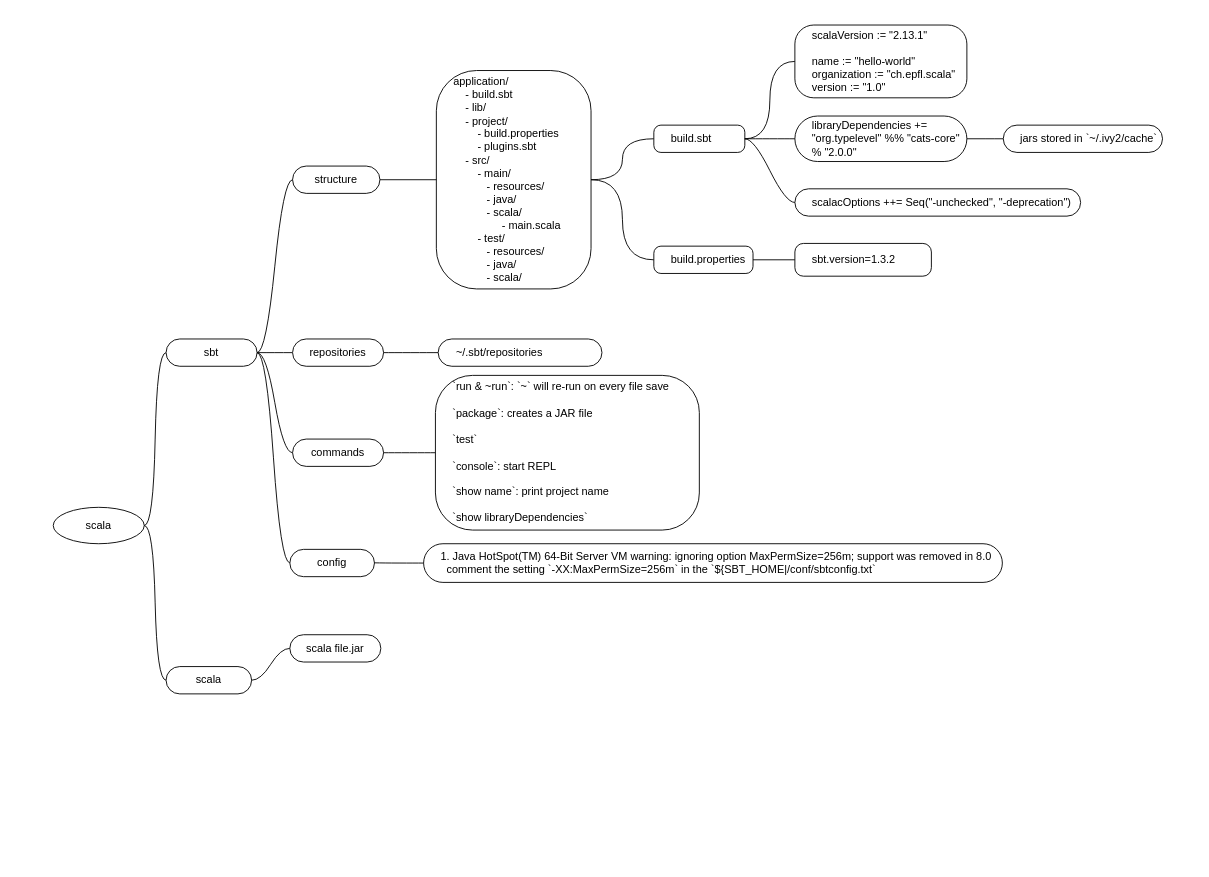
Above: page "scala" (1 of 3) of scala/scala.drawio in yangdj/tf_docs (draw.io), before the change. Source tidied: cells renumbered, new cells numbered last; positions are measured from the earlier drawing's top-left corner, leaving out a move shared by most shapes. Both pictures are drawn from the tidied source at 91%, with x=0, y=0 at pixel (15, 15).
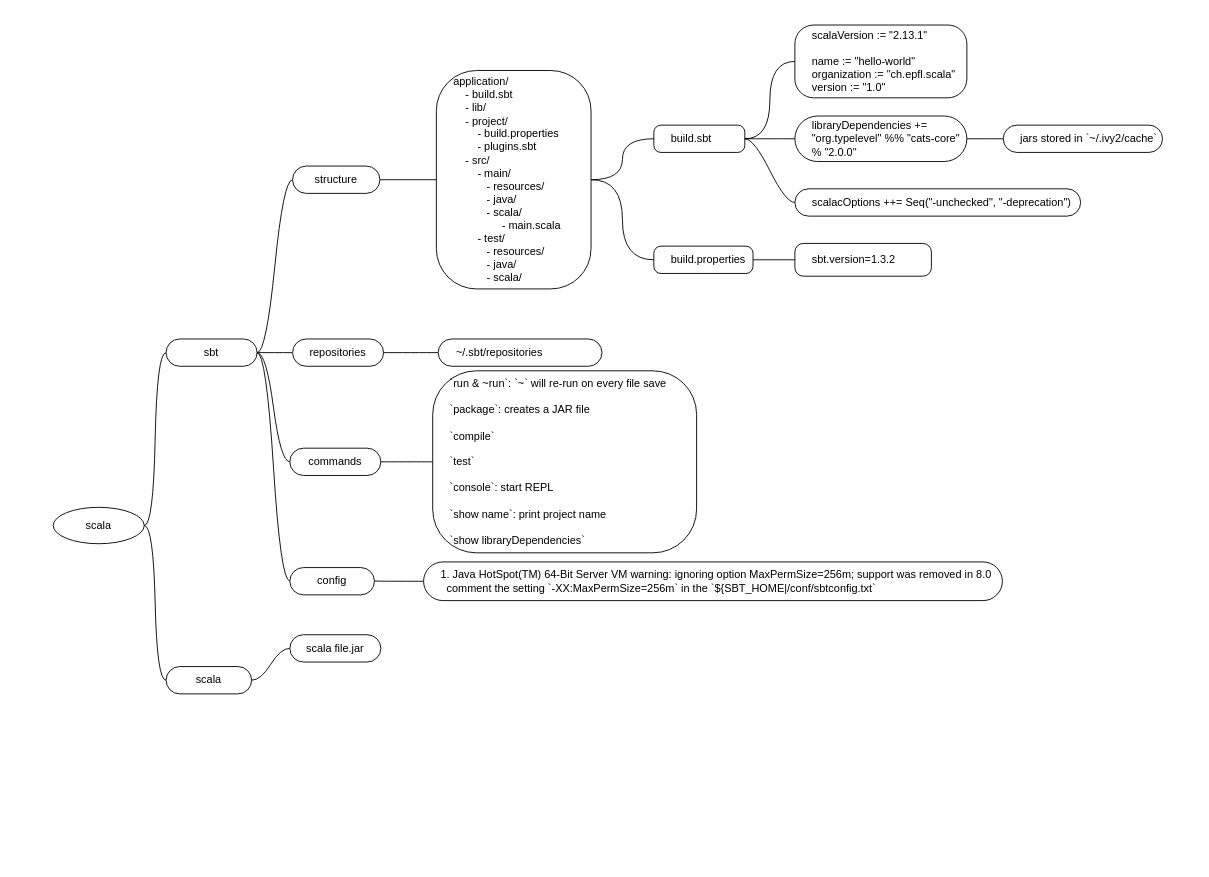
The same diagram, later.

Unchanged cells that the change refers to:
```xml
<mxCell id="2" style="swimlane;html=1;startSize=20;horizontal=1;containerType=tree;fillColor=none;strokeColor=none;spacingLeft=15;fixDash=0;backgroundOutline=0;rounded=1;align=left;verticalAlign=middle;" parent="1" vertex="1">
  <mxGeometry width="1295" height="930" as="geometry" />
</mxCell>
```

The edit, as a diff of the source:
```diff
@@
     <mxCell id="19" value="commands" style="whiteSpace=wrap;html=1;rounded=1;arcSize=50;align=center;verticalAlign=middle;strokeWidth=1;spacing=4;snapToPoint=1;fixDash=0;backgroundOutline=0;" parent="2" vertex="1">
-      <mxGeometry x="304" y="465" width="100" height="30" as="geometry" />
+      <mxGeometry x="301" y="475" width="100" height="30" as="geometry" />
     </mxCell>
@@
-    <mxCell id="21" value="`run &amp;amp; ~run`: `~` will re-run on every file save&lt;br&gt;&lt;br&gt;`package`: creates a JAR file&lt;br&gt;&lt;br&gt;`test`&lt;br&gt;&lt;br&gt;`console`: start REPL&lt;br&gt;&lt;br&gt;`show name`: print project name&lt;br&gt;&lt;br&gt;`show libraryDependencies`" style="whiteSpace=wrap;html=1;rounded=1;arcSize=24;align=left;verticalAlign=middle;strokeWidth=1;spacing=4;snapToPoint=1;fixDash=0;backgroundOutline=0;spacingLeft=15;" parent="2" vertex="1">
-      <mxGeometry x="461" y="395" width="290" height="170" as="geometry" />
+    <mxCell id="21" value="`run &amp;amp; ~run`: `~` will re-run on every file save&lt;br&gt;&lt;br&gt;`package`: creates a JAR file&lt;br&gt;&lt;br&gt;`compile`&lt;br&gt;&lt;br&gt;`test`&lt;br&gt;&lt;br&gt;`console`: start REPL&lt;br&gt;&lt;br&gt;`show name`: print project name&lt;br&gt;&lt;br&gt;`show libraryDependencies`" style="whiteSpace=wrap;html=1;rounded=1;arcSize=24;align=left;verticalAlign=middle;strokeWidth=1;spacing=4;snapToPoint=1;fixDash=0;backgroundOutline=0;spacingLeft=15;" parent="2" vertex="1">
+      <mxGeometry x="458" y="390" width="290" height="200" as="geometry" />
     </mxCell>
@@
     <mxCell id="23" value="config" style="whiteSpace=wrap;html=1;rounded=1;arcSize=50;align=center;verticalAlign=middle;strokeWidth=1;spacing=4;snapToPoint=1;fixDash=0;backgroundOutline=0;" parent="2" vertex="1">
-      <mxGeometry x="301" y="586.2" width="93" height="30" as="geometry" />
+      <mxGeometry x="301" y="606.2" width="93" height="30" as="geometry" />
     </mxCell>
@@
     <mxCell id="25" value="1. Java HotSpot(TM) 64-Bit Server VM warning: ignoring option MaxPermSize=256m; support was removed in 8.0&lt;br&gt;&amp;nbsp; comment the setting `-XX:MaxPermSize=256m` in the `${SBT_HOME|/conf/sbtconfig.txt`" style="whiteSpace=wrap;html=1;rounded=1;arcSize=50;align=left;verticalAlign=middle;strokeWidth=1;spacing=4;snapToPoint=1;fixDash=0;backgroundOutline=0;spacingLeft=15;" parent="2" vertex="1">
-      <mxGeometry x="448" y="580" width="636" height="42.5" as="geometry" />
+      <mxGeometry x="448" y="600" width="636" height="42.5" as="geometry" />
     </mxCell>
```
